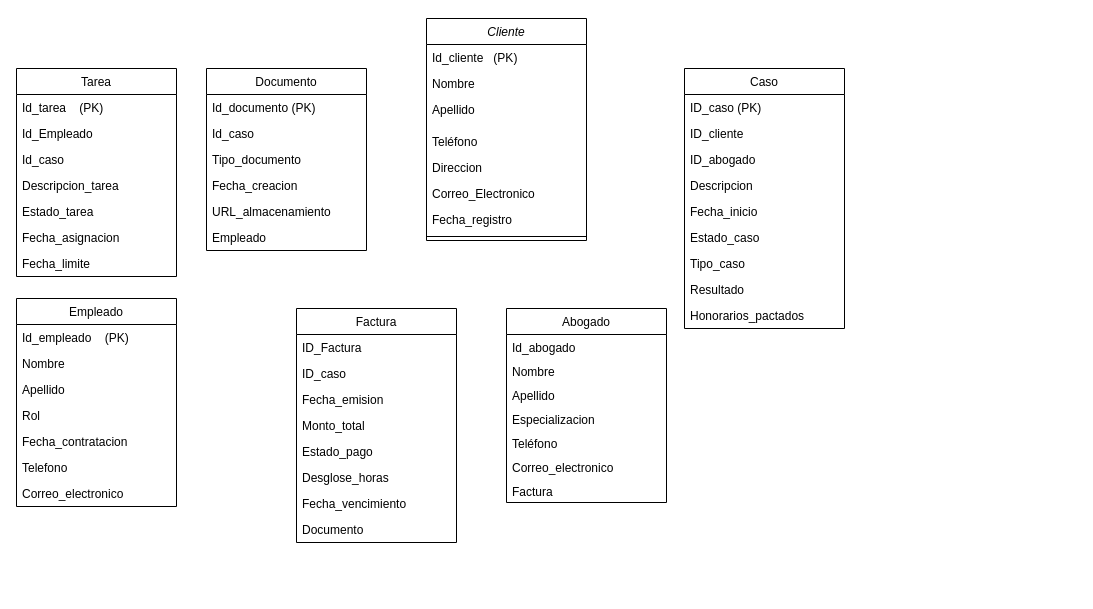
Earlier version of the draw.io diagram AS tp.drawio (Saturno0/Cole_5_2). Source tidied: cells renumbered, new cells numbered last; positions are measured from the earlier drawing's top-left corner, leaving out a move shared by most shapes. Both pictures are drawn from the tidied source at 100%, with x=0, y=0 at pixel (16, 18).
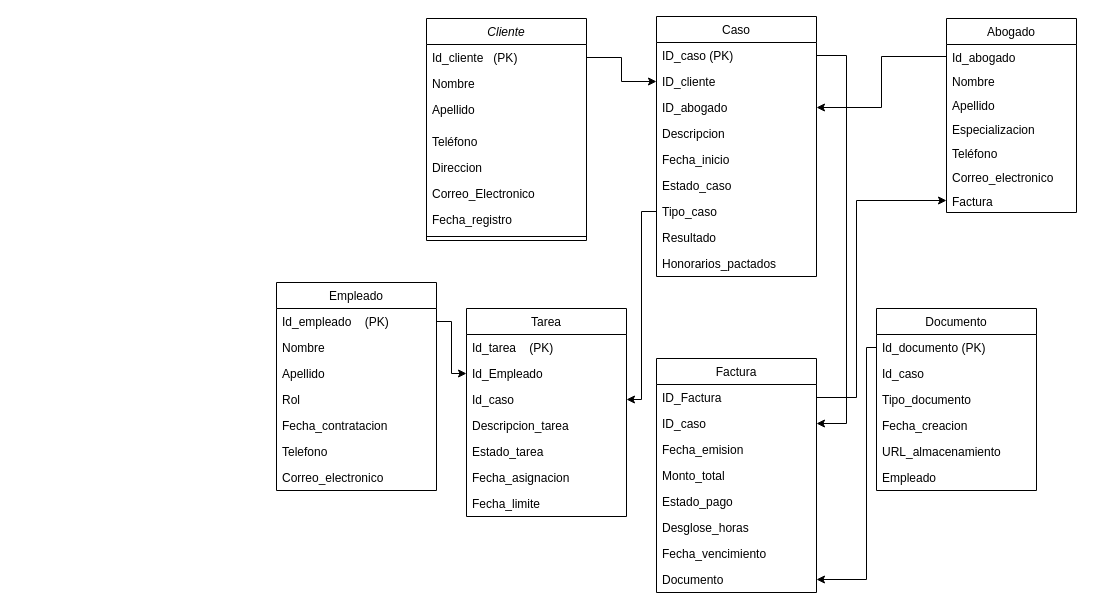
The same page after the edit.

The change refers to these unchanged cells:
```xml
<mxCell id="3" value="Id_cliente   (PK)" style="text;align=left;verticalAlign=top;spacingLeft=4;spacingRight=4;overflow=hidden;points=[[0,0.5],[1,0.5]];portConstraint=eastwest;" parent="2" vertex="1">
  <mxGeometry y="26" width="160" height="26" as="geometry" />
</mxCell>
<mxCell id="12" value="ID_Factura" style="text;align=left;verticalAlign=top;spacingLeft=4;spacingRight=4;overflow=hidden;points=[[0,0.5],[1,0.5]];portConstraint=eastwest;" parent="11" vertex="1">
  <mxGeometry y="26" width="160" height="26" as="geometry" />
</mxCell>
<mxCell id="13" value="ID_caso" style="text;align=left;verticalAlign=top;spacingLeft=4;spacingRight=4;overflow=hidden;points=[[0,0.5],[1,0.5]];portConstraint=eastwest;" parent="11" vertex="1">
  <mxGeometry y="52" width="160" height="26" as="geometry" />
</mxCell>
<mxCell id="19" value="Documento" style="text;align=left;verticalAlign=top;spacingLeft=4;spacingRight=4;overflow=hidden;points=[[0,0.5],[1,0.5]];portConstraint=eastwest;" parent="11" vertex="1">
  <mxGeometry y="208" width="160" height="26" as="geometry" />
</mxCell>
<mxCell id="29" value="ID_caso (PK)" style="text;align=left;verticalAlign=top;spacingLeft=4;spacingRight=4;overflow=hidden;points=[[0,0.5],[1,0.5]];portConstraint=eastwest;" parent="28" vertex="1">
  <mxGeometry y="26" width="160" height="26" as="geometry" />
</mxCell>
<mxCell id="30" value="ID_cliente" style="text;align=left;verticalAlign=top;spacingLeft=4;spacingRight=4;overflow=hidden;points=[[0,0.5],[1,0.5]];portConstraint=eastwest;rounded=0;shadow=0;html=0;" parent="28" vertex="1">
  <mxGeometry y="52" width="160" height="26" as="geometry" />
</mxCell>
<mxCell id="31" value="ID_abogado" style="text;align=left;verticalAlign=top;spacingLeft=4;spacingRight=4;overflow=hidden;points=[[0,0.5],[1,0.5]];portConstraint=eastwest;rounded=0;shadow=0;html=0;" parent="28" vertex="1">
  <mxGeometry y="78" width="160" height="26" as="geometry" />
</mxCell>
<mxCell id="35" value="Tipo_caso" style="text;align=left;verticalAlign=top;spacingLeft=4;spacingRight=4;overflow=hidden;points=[[0,0.5],[1,0.5]];portConstraint=eastwest;" parent="28" vertex="1">
  <mxGeometry y="182" width="160" height="26" as="geometry" />
</mxCell>
<mxCell id="39" value="Id_documento (PK)" style="text;align=left;verticalAlign=top;spacingLeft=4;spacingRight=4;overflow=hidden;points=[[0,0.5],[1,0.5]];portConstraint=eastwest;" parent="38" vertex="1">
  <mxGeometry y="26" width="160" height="26" as="geometry" />
</mxCell>
<mxCell id="46" value="Id_empleado    (PK)" style="text;align=left;verticalAlign=top;spacingLeft=4;spacingRight=4;overflow=hidden;points=[[0,0.5],[1,0.5]];portConstraint=eastwest;" parent="45" vertex="1">
  <mxGeometry y="26" width="160" height="26" as="geometry" />
</mxCell>
<mxCell id="55" value="Id_Empleado" style="text;align=left;verticalAlign=top;spacingLeft=4;spacingRight=4;overflow=hidden;points=[[0,0.5],[1,0.5]];portConstraint=eastwest;rounded=0;shadow=0;html=0;" parent="53" vertex="1">
  <mxGeometry y="52" width="160" height="26" as="geometry" />
</mxCell>
<mxCell id="56" value="Id_caso" style="text;align=left;verticalAlign=top;spacingLeft=4;spacingRight=4;overflow=hidden;points=[[0,0.5],[1,0.5]];portConstraint=eastwest;fontStyle=0;" parent="53" vertex="1">
  <mxGeometry y="78" width="160" height="26" as="geometry" />
</mxCell>
```

What changed in the source:
```diff
@@
     <mxCell id="11" value="Factura" style="swimlane;fontStyle=0;align=center;verticalAlign=top;horizontal=1;startSize=26;rounded=0;shadow=0;strokeWidth=1;" parent="1" vertex="1">
-      <mxGeometry x="280" y="290" width="160" height="234" as="geometry" />
+      <mxGeometry x="640" y="340" width="160" height="234" as="geometry" />
     </mxCell>
@@
     <mxCell id="20" value="Abogado" style="swimlane;fontStyle=0;align=center;verticalAlign=top;horizontal=1;startSize=26;rounded=0;shadow=0;strokeWidth=1;" parent="1" vertex="1">
-      <mxGeometry x="490" y="290" width="160" height="194" as="geometry" />
+      <mxGeometry x="930" width="130" height="194" as="geometry" />
     </mxCell>
     <mxCell id="21" value="Id_abogado" style="text;align=left;verticalAlign=top;spacingLeft=4;spacingRight=4;overflow=hidden;points=[[0,0.5],[1,0.5]];portConstraint=eastwest;" parent="20" vertex="1">
-      <mxGeometry y="26" width="160" height="24" as="geometry" />
+      <mxGeometry y="26" width="130" height="24" as="geometry" />
     </mxCell>
     <mxCell id="22" value="Nombre" style="text;align=left;verticalAlign=top;spacingLeft=4;spacingRight=4;overflow=hidden;" parent="20" vertex="1">
-      <mxGeometry y="50" width="160" height="24" as="geometry" />
+      <mxGeometry y="50" width="130" height="24" as="geometry" />
     </mxCell>
     <mxCell id="23" value="Apellido" style="text;align=left;verticalAlign=top;spacingLeft=4;spacingRight=4;overflow=hidden;" parent="20" vertex="1">
-      <mxGeometry y="74" width="160" height="24" as="geometry" />
+      <mxGeometry y="74" width="130" height="24" as="geometry" />
     </mxCell>
     <mxCell id="24" value="Especializacion" style="text;align=left;verticalAlign=top;spacingLeft=4;spacingRight=4;overflow=hidden;" parent="20" vertex="1">
-      <mxGeometry y="98" width="160" height="24" as="geometry" />
+      <mxGeometry y="98" width="130" height="24" as="geometry" />
     </mxCell>
     <mxCell id="25" value="Teléfono" style="text;align=left;verticalAlign=top;spacingLeft=4;spacingRight=4;overflow=hidden;" parent="20" vertex="1">
-      <mxGeometry y="122" width="160" height="24" as="geometry" />
+      <mxGeometry y="122" width="130" height="24" as="geometry" />
     </mxCell>
     <mxCell id="26" value="Correo_electronico" style="text;align=left;verticalAlign=top;spacingLeft=4;spacingRight=4;overflow=hidden;" parent="20" vertex="1">
-      <mxGeometry y="146" width="160" height="24" as="geometry" />
+      <mxGeometry y="146" width="130" height="24" as="geometry" />
     </mxCell>
     <mxCell id="27" value="Factura" style="text;align=left;verticalAlign=top;spacingLeft=4;spacingRight=4;overflow=hidden;points=[[0,0.5],[1,0.5]];portConstraint=eastwest;" parent="20" vertex="1">
-      <mxGeometry y="170" width="160" height="24" as="geometry" />
+      <mxGeometry y="170" width="130" height="24" as="geometry" />
     </mxCell>
     <mxCell id="28" value="Caso" style="swimlane;fontStyle=0;align=center;verticalAlign=top;horizontal=1;startSize=26;rounded=0;shadow=0;strokeWidth=1;" parent="1" vertex="1">
-      <mxGeometry x="668" y="50" width="160" height="260" as="geometry" />
+      <mxGeometry x="640" y="-2" width="160" height="260" as="geometry" />
     </mxCell>
@@
-    <mxCell id="37" value="Honorarios_pactados" style="text;align=left;verticalAlign=top;spacingLeft=4;spacingRight=4;overflow=hidden;" parent="28" vertex="1">
-      <mxGeometry y="234" width="160" height="26" as="geometry" />
-    </mxCell>
     <mxCell id="38" value="Documento" style="swimlane;fontStyle=0;align=center;verticalAlign=top;horizontal=1;startSize=26;rounded=0;shadow=0;strokeWidth=1;" parent="1" vertex="1">
-      <mxGeometry x="190" y="50" width="160" height="182" as="geometry" />
+      <mxGeometry x="860" y="290" width="160" height="182" as="geometry" />
     </mxCell>
@@
     <mxCell id="45" value="Empleado" style="swimlane;fontStyle=0;align=center;verticalAlign=top;horizontal=1;startSize=26;rounded=0;shadow=0;strokeWidth=1;" parent="1" vertex="1">
-      <mxGeometry y="280" width="160" height="208" as="geometry" />
+      <mxGeometry x="260" y="264" width="160" height="208" as="geometry" />
     </mxCell>
@@
     <mxCell id="53" value="Tarea" style="swimlane;fontStyle=0;align=center;verticalAlign=top;horizontal=1;startSize=26;rounded=0;shadow=0;strokeWidth=1;" parent="1" vertex="1">
-      <mxGeometry y="50" width="160" height="208" as="geometry" />
+      <mxGeometry x="450" y="290" width="160" height="208" as="geometry" />
     </mxCell>
@@
+    <mxCell id="61" style="edgeStyle=elbowEdgeStyle;rounded=0;jettySize=auto;html=1;exitX=1;exitY=0.5;exitDx=0;exitDy=0;entryX=0;entryY=0.5;entryDx=0;entryDy=0;" parent="1" edge="1" source="3" target="30">
+      <mxGeometry relative="1" as="geometry" />
+    </mxCell>
+    <mxCell id="37" value="Honorarios_pactados" style="text;align=left;verticalAlign=top;spacingLeft=4;spacingRight=4;overflow=hidden;" parent="1" vertex="1">
+      <mxGeometry x="640" y="232" width="160" height="26" as="geometry" />
+    </mxCell>
+    <mxCell id="62" style="edgeStyle=elbowEdgeStyle;rounded=0;jettySize=auto;html=1;exitX=0;exitY=0.5;exitDx=0;exitDy=0;entryX=1;entryY=0.5;entryDx=0;entryDy=0;" parent="1" edge="1" source="35" target="56">
+      <mxGeometry relative="1" as="geometry" />
+    </mxCell>
+    <mxCell id="63" style="edgeStyle=elbowEdgeStyle;rounded=0;jettySize=auto;html=1;exitX=1;exitY=0.5;exitDx=0;exitDy=0;entryX=0;entryY=0.5;entryDx=0;entryDy=0;" parent="1" edge="1" source="46" target="55">
+      <mxGeometry relative="1" as="geometry" />
+    </mxCell>
+    <mxCell id="64" style="edgeStyle=elbowEdgeStyle;rounded=0;jettySize=auto;html=1;exitX=1;exitY=0.5;exitDx=0;exitDy=0;entryX=0;entryY=0.5;entryDx=0;entryDy=0;" parent="1" edge="1" source="12" target="27">
+      <mxGeometry relative="1" as="geometry">
+        <Array as="points">
+          <mxPoint x="840" y="290" />
+        </Array>
+      </mxGeometry>
+    </mxCell>
+    <mxCell id="65" style="edgeStyle=elbowEdgeStyle;rounded=0;jettySize=auto;html=1;exitX=1;exitY=0.5;exitDx=0;exitDy=0;entryX=1;entryY=0.5;entryDx=0;entryDy=0;" parent="1" edge="1" source="29" target="13">
+      <mxGeometry relative="1" as="geometry">
+        <Array as="points">
+          <mxPoint x="830" y="210" />
+        </Array>
+      </mxGeometry>
+    </mxCell>
+    <mxCell id="66" style="edgeStyle=elbowEdgeStyle;rounded=0;jettySize=auto;html=1;exitX=0;exitY=0.5;exitDx=0;exitDy=0;entryX=1;entryY=0.5;entryDx=0;entryDy=0;" parent="1" edge="1" source="21" target="31">
+      <mxGeometry relative="1" as="geometry" />
+    </mxCell>
+    <mxCell id="67" style="edgeStyle=elbowEdgeStyle;rounded=0;orthogonalLoop=1;jettySize=auto;html=1;exitX=0.5;exitY=0;exitDx=0;exitDy=0;" parent="1" edge="1" source="38" target="38">
+      <mxGeometry relative="1" as="geometry" />
+    </mxCell>
+    <mxCell id="68" style="edgeStyle=elbowEdgeStyle;rounded=0;jettySize=auto;html=1;exitX=0;exitY=0.5;exitDx=0;exitDy=0;entryX=1;entryY=0.5;entryDx=0;entryDy=0;" parent="1" edge="1" source="39" target="19">
+      <mxGeometry relative="1" as="geometry">
+        <Array as="points">
+          <mxPoint x="850" y="440" />
+        </Array>
+      </mxGeometry>
+    </mxCell>
```
